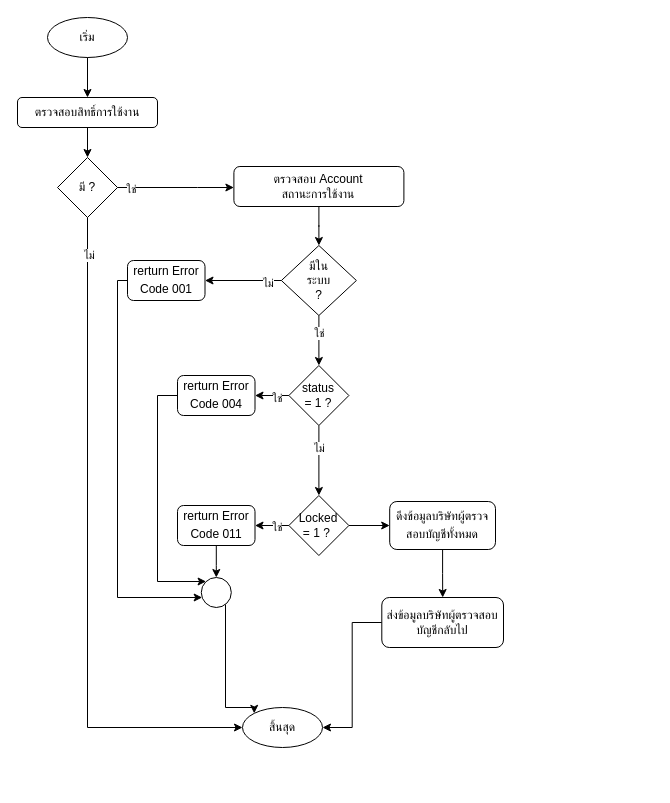
charifrodmanee/charifrodmanee keeps this draw.io diagram as page "หน้า-1" (1 of 4) of Company.drawio. Above is the earlier version. Source tidied: cells renumbered, new cells numbered last; positions are measured from the earlier drawing's top-left corner, leaving out a move shared by most shapes. Both pictures are drawn from the tidied source at 100%, with x=0, y=0 at pixel (17, 17).
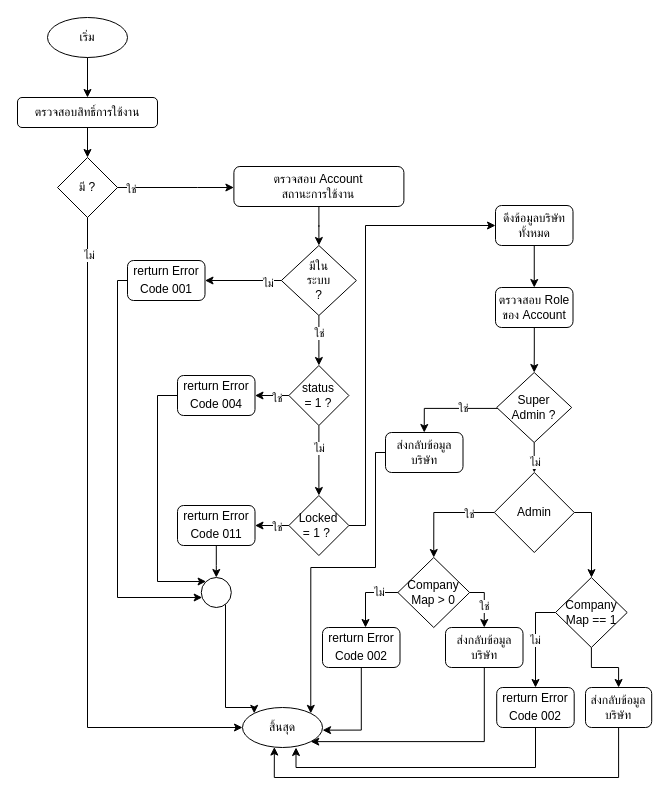
The same diagram, later.

The change refers to these unchanged cells:
```xml
<mxCell id="7" value="สิ้นสุด" style="ellipse;whiteSpace=wrap;html=1;" parent="1" vertex="1">
  <mxGeometry x="225" y="690" width="80" height="40" as="geometry" />
</mxCell>
<mxCell id="18" value="Locked&lt;br style=&quot;border-color: var(--border-color);&quot;&gt;= 1 ?&amp;nbsp;" style="rhombus;whiteSpace=wrap;html=1;" parent="1" vertex="1">
  <mxGeometry x="271.4" y="478" width="60" height="60" as="geometry" />
</mxCell>
```

The edit, as a diff of the source:
```diff
@@
-    <mxCell id="35" value="ดึงข้อมูลบริษัทผู้ตรวจสอบบัญชีทั้งหมด&lt;span style=&quot;font-size: medium; text-align: start;&quot;&gt;&lt;/span&gt;" style="rounded=1;whiteSpace=wrap;html=1;" parent="1" vertex="1">
-      <mxGeometry x="372.2" y="484" width="105.8" height="48" as="geometry" />
-    </mxCell>
-    <mxCell id="36" style="edgeStyle=orthogonalEdgeStyle;rounded=0;jettySize=auto;html=1;" parent="1" edge="1" source="18" target="35">
-      <mxGeometry relative="1" as="geometry" />
+    <mxCell id="36" style="edgeStyle=orthogonalEdgeStyle;rounded=0;jettySize=auto;html=1;" parent="1" edge="1" source="18" target="41">
+      <mxGeometry relative="1" as="geometry">
+        <Array as="points">
+          <mxPoint x="348" y="508" />
+          <mxPoint x="348" y="208" />
+        </Array>
+      </mxGeometry>
     </mxCell>
-    <mxCell id="37" style="edgeStyle=orthogonalEdgeStyle;rounded=0;jettySize=auto;html=1;entryX=1;entryY=0.5;entryDx=0;entryDy=0;" parent="1" edge="1" source="38" target="7">
-      <mxGeometry relative="1" as="geometry" />
-    </mxCell>
-    <mxCell id="38" value="ส่งข้อมูลบริษัทผู้ตรวจสอบบัญชีกลับไป" style="rounded=1;whiteSpace=wrap;html=1;" parent="1" vertex="1">
-      <mxGeometry x="364.3" y="580" width="121.7" height="50" as="geometry" />
-    </mxCell>
-    <mxCell id="39" style="edgeStyle=orthogonalEdgeStyle;rounded=0;jettySize=auto;html=1;" parent="1" edge="1" source="35" target="38">
-      <mxGeometry relative="1" as="geometry" />
-    </mxCell>
+    <mxCell id="40" style="edgeStyle=orthogonalEdgeStyle;rounded=0;jettySize=auto;html=1;" parent="1" edge="1" source="41" target="42">
+      <mxGeometry relative="1" as="geometry" />
+    </mxCell>
+    <mxCell id="41" value="ดึงข้อมูลบริษัททั้งหมด" style="rounded=1;whiteSpace=wrap;html=1;" parent="1" vertex="1">
+      <mxGeometry x="478" y="188" width="77.5" height="40" as="geometry" />
+    </mxCell>
+    <mxCell id="42" value="ตรวจสอบ Role ของ Account" style="rounded=1;whiteSpace=wrap;html=1;" parent="1" vertex="1">
+      <mxGeometry x="478" y="270" width="77.5" height="40" as="geometry" />
+    </mxCell>
+    <mxCell id="43" style="edgeStyle=orthogonalEdgeStyle;rounded=0;jettySize=auto;html=1;entryX=0.5;entryY=0;entryDx=0;entryDy=0;exitX=0.048;exitY=0.513;exitDx=0;exitDy=0;exitPerimeter=0;" parent="1" edge="1" source="50" target="47">
+      <mxGeometry relative="1" as="geometry" />
+    </mxCell>
+    <mxCell id="44" value="ใช่" style="edgeLabel;html=1;align=center;verticalAlign=middle;" parent="43" vertex="1">
+      <mxGeometry x="-0.27" relative="1" as="geometry" />
+    </mxCell>
+    <mxCell id="45" style="edgeStyle=orthogonalEdgeStyle;rounded=0;jettySize=auto;html=1;entryX=0.5;entryY=0;entryDx=0;entryDy=0;" parent="1" edge="1" source="42" target="50">
+      <mxGeometry relative="1" as="geometry" />
+    </mxCell>
+    <mxCell id="46" style="edgeStyle=orthogonalEdgeStyle;rounded=0;jettySize=auto;html=1;entryX=1;entryY=0;entryDx=0;entryDy=0;" parent="1" edge="1" source="47" target="7">
+      <mxGeometry relative="1" as="geometry">
+        <Array as="points">
+          <mxPoint x="358" y="435" />
+          <mxPoint x="358" y="550" />
+          <mxPoint x="293" y="550" />
+        </Array>
+      </mxGeometry>
+    </mxCell>
+    <mxCell id="47" value="ส่งกลับข้อมูลบริษัท" style="rounded=1;whiteSpace=wrap;html=1;" parent="1" vertex="1">
+      <mxGeometry x="368" y="415" width="77.5" height="40" as="geometry" />
+    </mxCell>
+    <mxCell id="48" style="edgeStyle=orthogonalEdgeStyle;rounded=0;jettySize=auto;html=1;" parent="1" edge="1" source="50" target="54">
+      <mxGeometry relative="1" as="geometry" />
+    </mxCell>
+    <mxCell id="49" value="ไม่" style="edgeLabel;html=1;align=center;verticalAlign=middle;" parent="48" vertex="1">
+      <mxGeometry x="0.28" y="1" relative="1" as="geometry" />
+    </mxCell>
+    <mxCell id="50" value="Super&lt;br&gt;Admin ?" style="rhombus;whiteSpace=wrap;html=1;" parent="1" vertex="1">
+      <mxGeometry x="479.2" y="355" width="75" height="70" as="geometry" />
+    </mxCell>
+    <mxCell id="51" style="edgeStyle=orthogonalEdgeStyle;rounded=0;jettySize=auto;html=1;entryX=0.5;entryY=0;entryDx=0;entryDy=0;" parent="1" edge="1" source="54" target="59">
+      <mxGeometry relative="1" as="geometry">
+        <Array as="points">
+          <mxPoint x="416" y="495" />
+        </Array>
+      </mxGeometry>
+    </mxCell>
+    <mxCell id="52" value="ใช่" style="edgeLabel;html=1;align=center;verticalAlign=middle;" parent="51" vertex="1">
+      <mxGeometry x="-0.52" y="1" relative="1" as="geometry" />
+    </mxCell>
+    <mxCell id="53" style="edgeStyle=orthogonalEdgeStyle;rounded=0;jettySize=auto;html=1;" parent="1" edge="1" source="54" target="66">
+      <mxGeometry relative="1" as="geometry">
+        <Array as="points">
+          <mxPoint x="574" y="495" />
+        </Array>
+      </mxGeometry>
+    </mxCell>
+    <mxCell id="54" value="Admin" style="rhombus;whiteSpace=wrap;html=1;" parent="1" vertex="1">
+      <mxGeometry x="476.8" y="455" width="80" height="80" as="geometry" />
+    </mxCell>
+    <mxCell id="55" style="edgeStyle=orthogonalEdgeStyle;rounded=0;jettySize=auto;html=1;entryX=0.555;entryY=0;entryDx=0;entryDy=0;entryPerimeter=0;" parent="1" edge="1" source="59" target="61">
+      <mxGeometry relative="1" as="geometry">
+        <Array as="points">
+          <mxPoint x="348" y="575" />
+        </Array>
+      </mxGeometry>
+    </mxCell>
+    <mxCell id="56" value="ไม่" style="edgeLabel;html=1;align=center;verticalAlign=middle;" parent="55" vertex="1">
+      <mxGeometry x="-0.44" y="-1" relative="1" as="geometry" />
+    </mxCell>
+    <mxCell id="57" style="edgeStyle=orthogonalEdgeStyle;rounded=0;jettySize=auto;html=1;entryX=0.5;entryY=0;entryDx=0;entryDy=0;" parent="1" edge="1" source="59" target="63">
+      <mxGeometry relative="1" as="geometry">
+        <Array as="points">
+          <mxPoint x="467" y="575" />
+        </Array>
+      </mxGeometry>
+    </mxCell>
+    <mxCell id="58" value="ใช่" style="edgeLabel;html=1;align=center;verticalAlign=middle;" parent="57" vertex="1">
+      <mxGeometry x="0.11" relative="1" as="geometry" />
+    </mxCell>
+    <mxCell id="59" value="Company&lt;br&gt;Map &amp;gt; 0" style="rhombus;whiteSpace=wrap;html=1;" parent="1" vertex="1">
+      <mxGeometry x="380.4" y="540" width="71.7" height="70" as="geometry" />
+    </mxCell>
+    <mxCell id="60" style="edgeStyle=orthogonalEdgeStyle;rounded=0;jettySize=auto;html=1;entryX=1.001;entryY=0.566;entryDx=0;entryDy=0;entryPerimeter=0;" parent="1" edge="1" source="61" target="7">
+      <mxGeometry relative="1" as="geometry" />
+    </mxCell>
+    <mxCell id="61" value="rerturn Error Code&amp;nbsp;002&lt;span style=&quot;font-size: medium; text-align: start;&quot;&gt;&lt;/span&gt;" style="rounded=1;whiteSpace=wrap;html=1;" parent="1" vertex="1">
+      <mxGeometry x="305" y="610" width="77.5" height="40" as="geometry" />
+    </mxCell>
+    <mxCell id="62" style="edgeStyle=orthogonalEdgeStyle;rounded=0;jettySize=auto;html=1;entryX=1;entryY=1;entryDx=0;entryDy=0;" parent="1" edge="1" source="63" target="7">
+      <mxGeometry relative="1" as="geometry">
+        <Array as="points">
+          <mxPoint x="467" y="724" />
+        </Array>
+      </mxGeometry>
+    </mxCell>
+    <mxCell id="63" value="ส่งกลับข้อมูลบริษัท" style="rounded=1;whiteSpace=wrap;html=1;" parent="1" vertex="1">
+      <mxGeometry x="428" y="610" width="77.5" height="40" as="geometry" />
+    </mxCell>
+    <mxCell id="64" value="ไม่" style="edgeStyle=orthogonalEdgeStyle;rounded=0;jettySize=auto;html=1;" parent="1" edge="1" source="66" target="68">
+      <mxGeometry relative="1" as="geometry">
+        <Array as="points">
+          <mxPoint x="518" y="595" />
+        </Array>
+      </mxGeometry>
+    </mxCell>
+    <mxCell id="65" style="edgeStyle=orthogonalEdgeStyle;rounded=0;jettySize=auto;html=1;entryX=0.5;entryY=0;entryDx=0;entryDy=0;" parent="1" edge="1" source="66" target="70">
+      <mxGeometry relative="1" as="geometry" />
+    </mxCell>
+    <mxCell id="66" value="Company&lt;br&gt;Map == 1" style="rhombus;whiteSpace=wrap;html=1;" parent="1" vertex="1">
+      <mxGeometry x="538" y="560" width="71.7" height="70" as="geometry" />
+    </mxCell>
+    <mxCell id="67" style="edgeStyle=orthogonalEdgeStyle;rounded=0;jettySize=auto;html=1;entryX=0.669;entryY=1;entryDx=0;entryDy=0;entryPerimeter=0;" parent="1" edge="1" source="68" target="7">
+      <mxGeometry relative="1" as="geometry">
+        <Array as="points">
+          <mxPoint x="518" y="750" />
+          <mxPoint x="279" y="750" />
+        </Array>
+      </mxGeometry>
+    </mxCell>
+    <mxCell id="68" value="rerturn Error Code&amp;nbsp;002&lt;span style=&quot;font-size: medium; text-align: start;&quot;&gt;&lt;/span&gt;" style="rounded=1;whiteSpace=wrap;html=1;" parent="1" vertex="1">
+      <mxGeometry x="479.2" y="670" width="77.5" height="40" as="geometry" />
+    </mxCell>
+    <mxCell id="69" style="edgeStyle=orthogonalEdgeStyle;rounded=0;jettySize=auto;html=1;entryX=0.398;entryY=0.989;entryDx=0;entryDy=0;entryPerimeter=0;" parent="1" edge="1" source="70" target="7">
+      <mxGeometry relative="1" as="geometry">
+        <Array as="points">
+          <mxPoint x="601" y="760" />
+          <mxPoint x="257" y="760" />
+        </Array>
+      </mxGeometry>
+    </mxCell>
+    <mxCell id="70" value="ส่งกลับข้อมูลบริษัท" style="rounded=1;whiteSpace=wrap;html=1;" parent="1" vertex="1">
+      <mxGeometry x="568" y="670" width="66.2" height="40" as="geometry" />
+    </mxCell>
```
